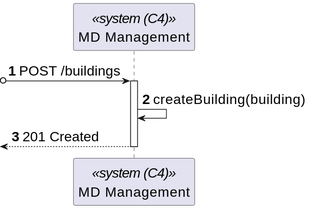
miseEnPlace-dev/lapr5 keeps this PlantUML diagram as _wiki/sprint-a/us01-150/views/level-3/assets/process-view.svg. Above is the earlier version. Source of this version:
```plantuml
@startuml
skinparamlocked defaultFontSize 20
autonumber
participant SYS as "MD Management" <<system (C4)>>


?o-> SYS : POST /buildings
activate SYS

SYS -> SYS : createBuilding(building)
<-- SYS : 201 Created
deactivate SYS
@enduml
```
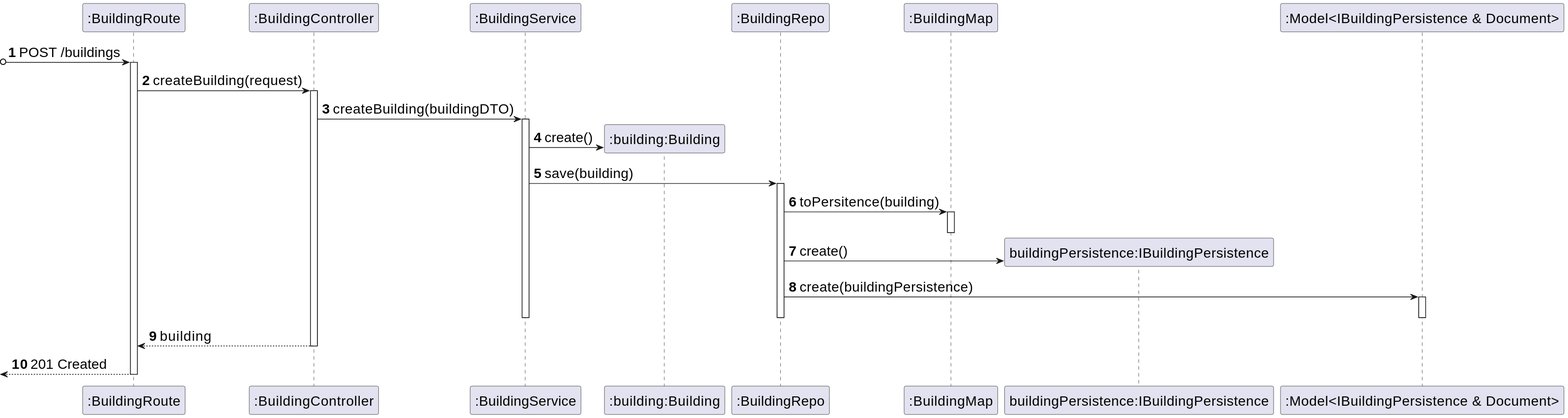
After the change.

Commit message:
docs(us150): added level 3 logical view

Change to the diagram source:
```diff
@@ -1,13 +1,36 @@
 @startuml
 skinparamlocked defaultFontSize 20
 autonumber
-participant SYS as "MD Management" <<system (C4)>>
+participant ROUTE as ":BuildingRoute"
+participant CTRL as ":BuildingController"
+participant SRV as ":BuildingService"
+participant BUILD as ":building:Building"
+participant REPO as ":BuildingRepo"
+participant MAP as ":BuildingMap"
+participant PERS as "buildingPersistence:IBuildingPersistence"
+participant MODEL as ":Model<IBuildingPersistence & Document>"
 
+?o-> ROUTE : POST /buildings
+activate ROUTE
 
-?o-> SYS : POST /buildings
-activate SYS
-
-SYS -> SYS : createBuilding(building)
-<-- SYS : 201 Created
-deactivate SYS
+ROUTE -> CTRL : createBuilding(request)
+activate CTRL
+CTRL -> SRV : createBuilding(buildingDTO)
+activate SRV
+SRV -> BUILD** : create()
+SRV -> REPO : save(building)
+activate REPO
+REPO -> MAP : toPersitence(building)
+activate MAP
+deactivate MAP
+REPO -> PERS** : create()
+REPO -> MODEL : create(buildingPersistence)
+activate MODEL
+deactivate MODEL
+deactivate REPO
+deactivate SRV
+CTRL --> ROUTE : building
+deactivate CTRL
+<-- ROUTE : 201 Created
+deactivate ROUTE
 @enduml
```
